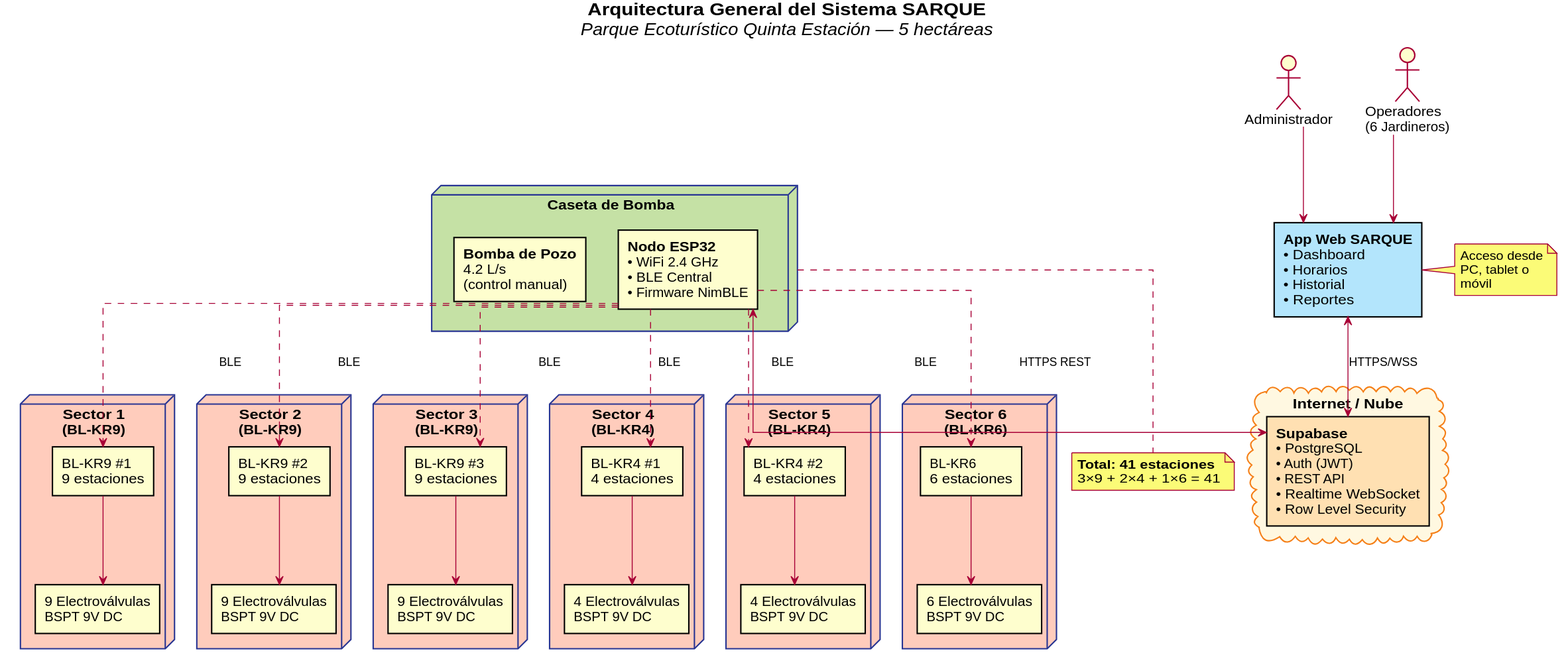
This is diagramas/Arquitectura_SARQUE.svg from Jose12300552/quinta-verde-flow, a PlantUML export, as it was before one commit. Its diagram source:
```plantuml
@startuml Arquitectura_SARQUE
skinparam backgroundColor #FFFFFF
skinparam node {
  BackgroundColor #E8EAF6
  BorderColor #283593
}
skinparam cloud {
  BackgroundColor #FFF8E1
  BorderColor #F57F17
}
skinparam shadowing false
skinparam linetype ortho

title <b>Arquitectura General del Sistema SARQUE</b>\n<i>Parque Ecoturístico Quinta Estación — 5 hectáreas</i>

cloud "Internet / Nube" as Internet {
  rectangle "**Supabase**\n• PostgreSQL\n• Auth (JWT)\n• REST API\n• Realtime WebSocket\n• Row Level Security" as SB #FFE0B2
}

node "Caseta de Bomba" as Caseta #C5E1A5 {
  rectangle "**Nodo ESP32**\n• WiFi 2.4 GHz\n• BLE Central\n• Firmware NimBLE" as ESP
  rectangle "**Bomba de Pozo**\n4.2 L/s\n(control manual)" as Bomba
}

node "Sector 1\n(BL-KR9)" as S1 #FFCCBC {
  rectangle "BL-KR9 #1\n9 estaciones" as BK1
  rectangle "9 Electroválvulas\nBSPT 9V DC" as EV1
  BK1 --> EV1
}

node "Sector 2\n(BL-KR9)" as S2 #FFCCBC {
  rectangle "BL-KR9 #2\n9 estaciones" as BK2
  rectangle "9 Electroválvulas\nBSPT 9V DC" as EV2
  BK2 --> EV2
}

node "Sector 3\n(BL-KR9)" as S3 #FFCCBC {
  rectangle "BL-KR9 #3\n9 estaciones" as BK3
  rectangle "9 Electroválvulas\nBSPT 9V DC" as EV3
  BK3 --> EV3
}

node "Sector 4\n(BL-KR4)" as S4 #FFCCBC {
  rectangle "BL-KR4 #1\n4 estaciones" as BK4
  rectangle "4 Electroválvulas\nBSPT 9V DC" as EV4
  BK4 --> EV4
}

node "Sector 5\n(BL-KR4)" as S5 #FFCCBC {
  rectangle "BL-KR4 #2\n4 estaciones" as BK5
  rectangle "4 Electroválvulas\nBSPT 9V DC" as EV5
  BK5 --> EV5
}

node "Sector 6\n(BL-KR6)" as S6 #FFCCBC {
  rectangle "BL-KR6\n6 estaciones" as BK6
  rectangle "6 Electroválvulas\nBSPT 9V DC" as EV6
  BK6 --> EV6
}

actor "Administrador" as Admin
actor "Operadores\n(6 Jardineros)" as Op

rectangle "**App Web SARQUE**\n• Dashboard\n• Horarios\n• Historial\n• Reportes" as Web #B3E5FC

Admin --> Web
Op --> Web
Web <--> SB : HTTPS/WSS

ESP <--> SB : HTTPS REST
ESP ..> BK1 : BLE
ESP ..> BK2 : BLE
ESP ..> BK3 : BLE
ESP ..> BK4 : BLE
ESP ..> BK5 : BLE
ESP ..> BK6 : BLE

note bottom of Caseta : **Total: 41 estaciones**\n3×9 + 2×4 + 1×6 = 41
note right of Web : Acceso desde\nPC, tablet o\nmóvil

@enduml
```
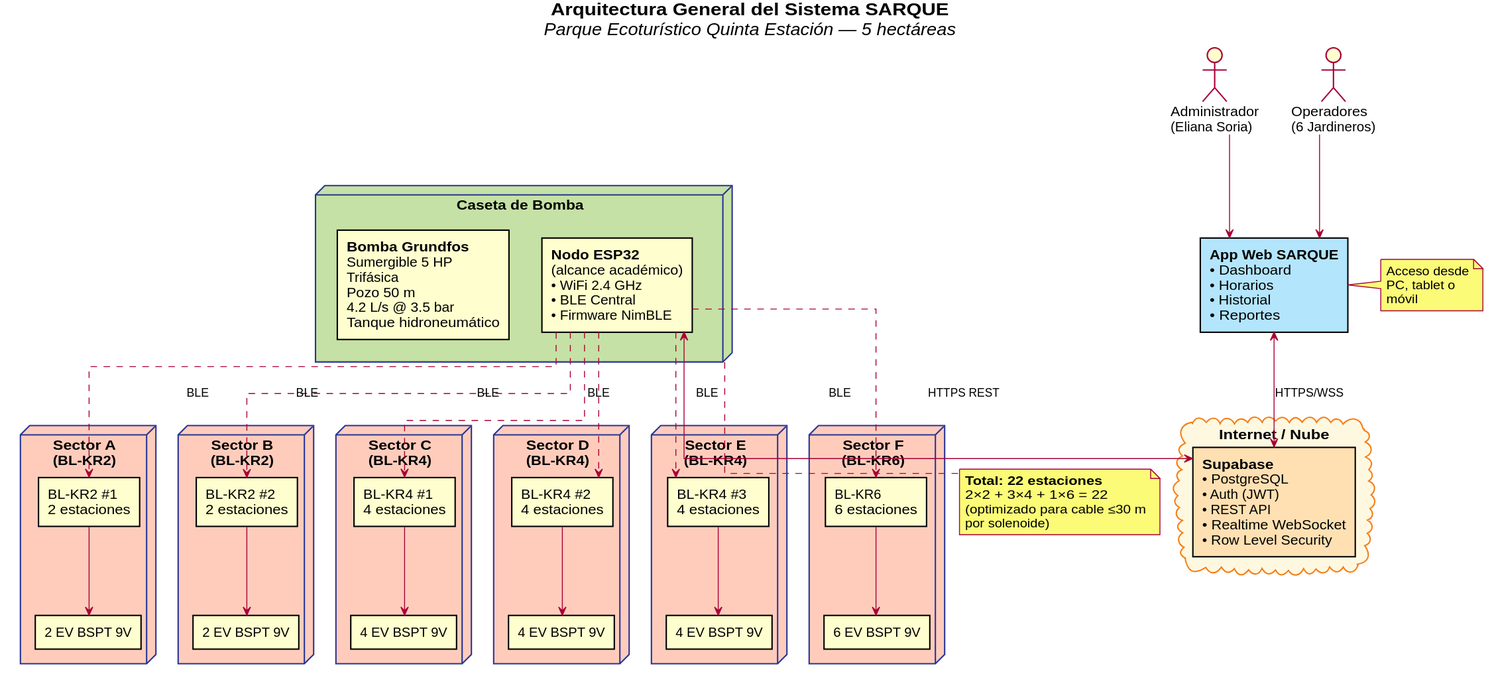
Later version of the same file.

Commit message:
Actualizar a 22 estaciones reales y agregar Anexos A/B/C con specs tecnicas

Diff of the diagram source:
```diff
@@ -18,47 +18,47 @@
 }
 
 node "Caseta de Bomba" as Caseta #C5E1A5 {
-  rectangle "**Nodo ESP32**\n• WiFi 2.4 GHz\n• BLE Central\n• Firmware NimBLE" as ESP
-  rectangle "**Bomba de Pozo**\n4.2 L/s\n(control manual)" as Bomba
+  rectangle "**Nodo ESP32**\n(alcance académico)\n• WiFi 2.4 GHz\n• BLE Central\n• Firmware NimBLE" as ESP
+  rectangle "**Bomba Grundfos**\nSumergible 5 HP\nTrifásica\nPozo 50 m\n4.2 L/s @ 3.5 bar\nTanque hidroneumático" as Bomba
 }
 
-node "Sector 1\n(BL-KR9)" as S1 #FFCCBC {
-  rectangle "BL-KR9 #1\n9 estaciones" as BK1
-  rectangle "9 Electroválvulas\nBSPT 9V DC" as EV1
+node "Sector A\n(BL-KR2)" as S1 #FFCCBC {
+  rectangle "BL-KR2 #1\n2 estaciones" as BK1
+  rectangle "2 EV BSPT 9V" as EV1
   BK1 --> EV1
 }
 
-node "Sector 2\n(BL-KR9)" as S2 #FFCCBC {
-  rectangle "BL-KR9 #2\n9 estaciones" as BK2
-  rectangle "9 Electroválvulas\nBSPT 9V DC" as EV2
+node "Sector B\n(BL-KR2)" as S2 #FFCCBC {
+  rectangle "BL-KR2 #2\n2 estaciones" as BK2
+  rectangle "2 EV BSPT 9V" as EV2
   BK2 --> EV2
 }
 
-node "Sector 3\n(BL-KR9)" as S3 #FFCCBC {
-  rectangle "BL-KR9 #3\n9 estaciones" as BK3
-  rectangle "9 Electroválvulas\nBSPT 9V DC" as EV3
+node "Sector C\n(BL-KR4)" as S3 #FFCCBC {
+  rectangle "BL-KR4 #1\n4 estaciones" as BK3
+  rectangle "4 EV BSPT 9V" as EV3
   BK3 --> EV3
 }
 
-node "Sector 4\n(BL-KR4)" as S4 #FFCCBC {
-  rectangle "BL-KR4 #1\n4 estaciones" as BK4
-  rectangle "4 Electroválvulas\nBSPT 9V DC" as EV4
+node "Sector D\n(BL-KR4)" as S4 #FFCCBC {
+  rectangle "BL-KR4 #2\n4 estaciones" as BK4
+  rectangle "4 EV BSPT 9V" as EV4
   BK4 --> EV4
 }
 
-node "Sector 5\n(BL-KR4)" as S5 #FFCCBC {
-  rectangle "BL-KR4 #2\n4 estaciones" as BK5
-  rectangle "4 Electroválvulas\nBSPT 9V DC" as EV5
+node "Sector E\n(BL-KR4)" as S5 #FFCCBC {
+  rectangle "BL-KR4 #3\n4 estaciones" as BK5
+  rectangle "4 EV BSPT 9V" as EV5
   BK5 --> EV5
 }
 
-node "Sector 6\n(BL-KR6)" as S6 #FFCCBC {
+node "Sector F\n(BL-KR6)" as S6 #FFCCBC {
   rectangle "BL-KR6\n6 estaciones" as BK6
-  rectangle "6 Electroválvulas\nBSPT 9V DC" as EV6
+  rectangle "6 EV BSPT 9V" as EV6
   BK6 --> EV6
 }
 
-actor "Administrador" as Admin
+actor "Administrador\n(Eliana Soria)" as Admin
 actor "Operadores\n(6 Jardineros)" as Op
 
 rectangle "**App Web SARQUE**\n• Dashboard\n• Horarios\n• Historial\n• Reportes" as Web #B3E5FC
@@ -75,7 +75,7 @@
 ESP ..> BK5 : BLE
 ESP ..> BK6 : BLE
 
-note bottom of Caseta : **Total: 41 estaciones**\n3×9 + 2×4 + 1×6 = 41
+note bottom of Caseta : **Total: 22 estaciones**\n2×2 + 3×4 + 1×6 = 22\n(optimizado para cable ≤30 m\npor solenoide)
 note right of Web : Acceso desde\nPC, tablet o\nmóvil
 
 @enduml
```
